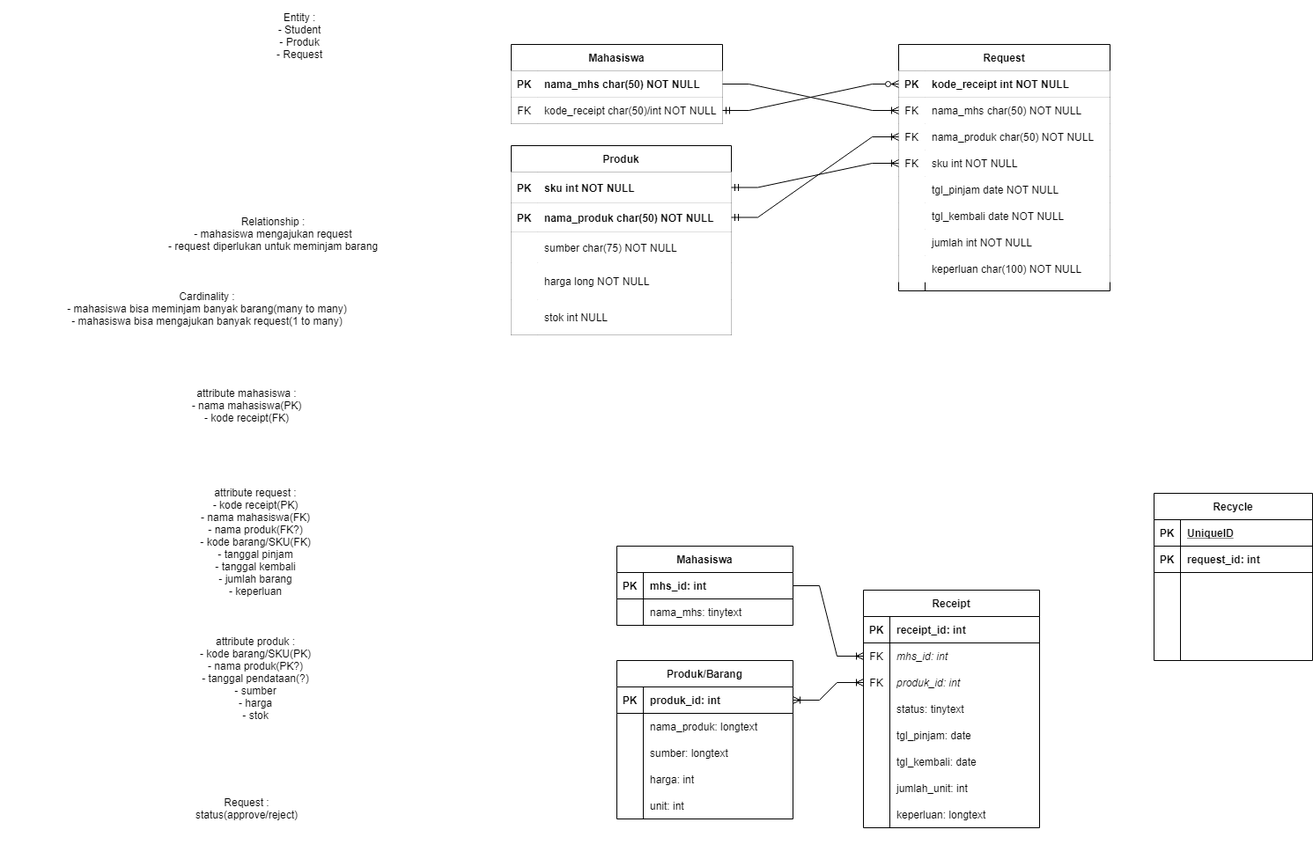
This is diagrams/ER diagram.drawio.png from johannfac/aplikasipeminjamanaset, a draw.io export, as it was before one commit. Source tidied: cells renumbered, new cells last; positions are measured from the earlier drawing's top-left corner, leaving out a move shared by most shapes.
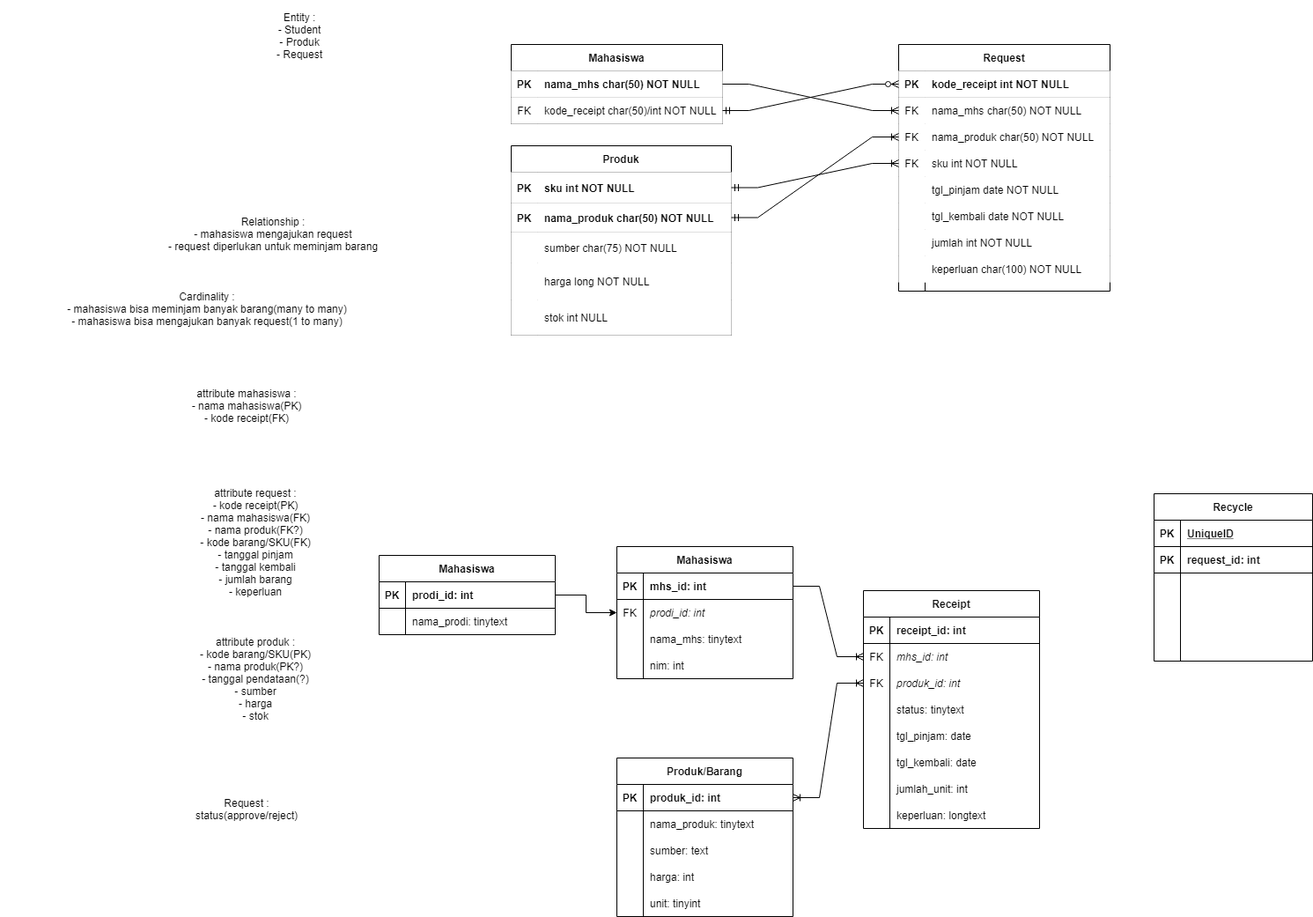
After the change.

Change to the diagram source:
```diff
@@ -177,7 +177,7 @@
       <mxGeometry relative="1" as="geometry" />
     </mxCell>
     <mxCell id="60" value="Mahasiswa" style="shape=table;startSize=30;rowLines=0;fontStyle=1;align=center;fontColor=default;strokeColor=default;fillColor=none;" parent="1" vertex="1">
-      <mxGeometry x="700" y="620" width="200" height="90" as="geometry" />
+      <mxGeometry x="700" y="620" width="200" height="150" as="geometry" />
     </mxCell>
     <mxCell id="61" style="shape=partialRectangle;fillColor=none;top=0;left=0;bottom=1;right=0;points=[[0,0.5],[1,0.5]];portConstraint=eastwest;fontColor=default;strokeColor=default;" parent="60" vertex="1">
       <mxGeometry y="30" width="200" height="30" as="geometry" />
@@ -188,8 +188,17 @@
     <mxCell id="63" value="mhs_id: int" style="shape=partialRectangle;fillColor=none;top=0;left=0;bottom=0;right=0;align=left;spacingLeft=6;fontStyle=1;overflow=hidden;fontColor=default;strokeColor=default;" parent="61" vertex="1">
       <mxGeometry x="30" width="170" height="30" as="geometry" />
     </mxCell>
+    <mxCell id="127" style="shape=partialRectangle;fillColor=none;top=0;left=0;bottom=0;right=0;points=[[0,0.5],[1,0.5]];portConstraint=eastwest;fontColor=default;strokeColor=default;" parent="60" vertex="1">
+      <mxGeometry y="60" width="200" height="30" as="geometry" />
+    </mxCell>
+    <mxCell id="128" value="FK" style="shape=partialRectangle;fillColor=none;top=0;left=0;bottom=0;right=0;overflow=hidden;fontColor=default;strokeColor=default;fontStyle=0;" parent="127" vertex="1">
+      <mxGeometry width="30" height="30" as="geometry" />
+    </mxCell>
+    <mxCell id="129" value="prodi_id: int" style="shape=partialRectangle;fillColor=none;top=0;left=0;bottom=0;right=0;align=left;spacingLeft=6;overflow=hidden;fontColor=default;strokeColor=default;fontStyle=2;" parent="127" vertex="1">
+      <mxGeometry x="30" width="170" height="30" as="geometry" />
+    </mxCell>
     <mxCell id="64" style="shape=partialRectangle;fillColor=none;top=0;left=0;bottom=0;right=0;fontColor=default;strokeColor=default;" parent="60" vertex="1">
-      <mxGeometry y="60" width="200" height="30" as="geometry" />
+      <mxGeometry y="90" width="200" height="30" as="geometry" />
     </mxCell>
     <mxCell id="65" style="shape=partialRectangle;fillColor=none;top=0;left=0;bottom=0;right=0;overflow=hidden;fontColor=default;strokeColor=default;" parent="64" vertex="1">
       <mxGeometry width="30" height="30" as="geometry" />
@@ -197,8 +206,17 @@
     <mxCell id="66" value="nama_mhs: tinytext" style="shape=partialRectangle;fillColor=none;top=0;left=0;bottom=0;right=0;align=left;spacingLeft=6;overflow=hidden;fontColor=default;strokeColor=default;" parent="64" vertex="1">
       <mxGeometry x="30" width="170" height="30" as="geometry" />
     </mxCell>
+    <mxCell id="130" style="shape=partialRectangle;fillColor=none;top=0;left=0;bottom=0;right=0;fontColor=default;strokeColor=default;" parent="60" vertex="1">
+      <mxGeometry y="120" width="200" height="30" as="geometry" />
+    </mxCell>
+    <mxCell id="131" style="shape=partialRectangle;fillColor=none;top=0;left=0;bottom=0;right=0;overflow=hidden;fontColor=default;strokeColor=default;" parent="130" vertex="1">
+      <mxGeometry width="30" height="30" as="geometry" />
+    </mxCell>
+    <mxCell id="132" value="nim: int" style="shape=partialRectangle;fillColor=none;top=0;left=0;bottom=0;right=0;align=left;spacingLeft=6;overflow=hidden;fontColor=default;strokeColor=default;" parent="130" vertex="1">
+      <mxGeometry x="30" width="170" height="30" as="geometry" />
+    </mxCell>
     <mxCell id="67" value="Produk/Barang" style="shape=table;startSize=30;rowLines=0;fontStyle=1;align=center;fontColor=default;strokeColor=default;fillColor=none;" parent="1" vertex="1">
-      <mxGeometry x="700" y="750" width="200" height="180" as="geometry" />
+      <mxGeometry x="700" y="860" width="200" height="180" as="geometry" />
     </mxCell>
     <mxCell id="68" style="shape=partialRectangle;fillColor=none;top=0;left=0;bottom=1;right=0;points=[[0,0.5],[1,0.5]];portConstraint=eastwest;fontColor=default;strokeColor=default;" parent="67" vertex="1">
       <mxGeometry y="30" width="200" height="30" as="geometry" />
@@ -215,7 +233,7 @@
     <mxCell id="72" style="shape=partialRectangle;fillColor=none;top=0;left=0;bottom=0;right=0;overflow=hidden;fontColor=default;strokeColor=default;" parent="71" vertex="1">
       <mxGeometry width="30" height="30" as="geometry" />
     </mxCell>
-    <mxCell id="73" value="nama_produk: longtext" style="shape=partialRectangle;fillColor=none;top=0;left=0;bottom=0;right=0;align=left;spacingLeft=6;overflow=hidden;fontColor=default;strokeColor=default;" parent="71" vertex="1">
+    <mxCell id="73" value="nama_produk: tinytext" style="shape=partialRectangle;fillColor=none;top=0;left=0;bottom=0;right=0;align=left;spacingLeft=6;overflow=hidden;fontColor=default;strokeColor=default;" parent="71" vertex="1">
       <mxGeometry x="30" width="170" height="30" as="geometry" />
     </mxCell>
     <mxCell id="74" style="shape=partialRectangle;fillColor=none;top=0;left=0;bottom=0;right=0;fontColor=default;strokeColor=default;" parent="67" vertex="1">
@@ -224,7 +242,7 @@
     <mxCell id="75" style="shape=partialRectangle;fillColor=none;top=0;left=0;bottom=0;right=0;overflow=hidden;fontColor=default;strokeColor=default;" parent="74" vertex="1">
       <mxGeometry width="30" height="30" as="geometry" />
     </mxCell>
-    <mxCell id="76" value="sumber: longtext" style="shape=partialRectangle;fillColor=none;top=0;left=0;bottom=0;right=0;align=left;spacingLeft=6;overflow=hidden;fontColor=default;strokeColor=default;" parent="74" vertex="1">
+    <mxCell id="76" value="sumber: text" style="shape=partialRectangle;fillColor=none;top=0;left=0;bottom=0;right=0;align=left;spacingLeft=6;overflow=hidden;fontColor=default;strokeColor=default;" parent="74" vertex="1">
       <mxGeometry x="30" width="170" height="30" as="geometry" />
     </mxCell>
     <mxCell id="77" style="shape=partialRectangle;fillColor=none;top=0;left=0;bottom=0;right=0;fontColor=default;strokeColor=default;" parent="67" vertex="1">
@@ -242,7 +260,7 @@
     <mxCell id="81" style="shape=partialRectangle;fillColor=none;top=0;left=0;bottom=0;right=0;overflow=hidden;fontColor=default;strokeColor=default;" parent="80" vertex="1">
       <mxGeometry width="30" height="30" as="geometry" />
     </mxCell>
-    <mxCell id="82" value="unit: int" style="shape=partialRectangle;fillColor=none;top=0;left=0;bottom=0;right=0;align=left;spacingLeft=6;overflow=hidden;fontColor=default;strokeColor=default;" parent="80" vertex="1">
+    <mxCell id="82" value="unit: tinyint" style="shape=partialRectangle;fillColor=none;top=0;left=0;bottom=0;right=0;align=left;spacingLeft=6;overflow=hidden;fontColor=default;strokeColor=default;" parent="80" vertex="1">
       <mxGeometry x="30" width="170" height="30" as="geometry" />
     </mxCell>
     <mxCell id="83" value="Receipt" style="shape=table;startSize=30;rowLines=0;fontStyle=1;align=center;fontColor=default;strokeColor=default;fillColor=none;" parent="1" vertex="1">
@@ -377,5 +395,29 @@
     <mxCell id="126" style="edgeStyle=entityRelationEdgeStyle;fontSize=12;html=1;endArrow=ERoneToMany;startArrow=ERoneToMany;rounded=0;labelBackgroundColor=default;fontColor=default;strokeColor=default;fillColor=default;exitX=0;exitY=0.5;exitDx=0;exitDy=0;entryX=1;entryY=0.5;entryDx=0;entryDy=0;" parent="1" edge="1" source="90" target="68">
       <mxGeometry relative="1" as="geometry" />
     </mxCell>
+    <mxCell id="133" value="Mahasiswa" style="shape=table;startSize=30;rowLines=0;fontStyle=1;align=center;fontColor=default;strokeColor=default;fillColor=none;" parent="1" vertex="1">
+      <mxGeometry x="430" y="630" width="200" height="90" as="geometry" />
+    </mxCell>
+    <mxCell id="134" style="shape=partialRectangle;fillColor=none;top=0;left=0;bottom=1;right=0;points=[[0,0.5],[1,0.5]];portConstraint=eastwest;fontColor=default;strokeColor=default;" parent="133" vertex="1">
+      <mxGeometry y="30" width="200" height="30" as="geometry" />
+    </mxCell>
+    <mxCell id="135" value="PK" style="shape=partialRectangle;fillColor=none;top=0;left=0;bottom=0;right=0;fontStyle=1;overflow=hidden;fontColor=default;strokeColor=default;" parent="134" vertex="1">
+      <mxGeometry width="30" height="30" as="geometry" />
+    </mxCell>
+    <mxCell id="136" value="prodi_id: int" style="shape=partialRectangle;fillColor=none;top=0;left=0;bottom=0;right=0;align=left;spacingLeft=6;fontStyle=1;overflow=hidden;fontColor=default;strokeColor=default;" parent="134" vertex="1">
+      <mxGeometry x="30" width="170" height="30" as="geometry" />
+    </mxCell>
+    <mxCell id="137" style="shape=partialRectangle;fillColor=none;top=0;left=0;bottom=0;right=0;fontColor=default;strokeColor=default;" parent="133" vertex="1">
+      <mxGeometry y="60" width="200" height="30" as="geometry" />
+    </mxCell>
+    <mxCell id="138" style="shape=partialRectangle;fillColor=none;top=0;left=0;bottom=0;right=0;overflow=hidden;fontColor=default;strokeColor=default;" parent="137" vertex="1">
+      <mxGeometry width="30" height="30" as="geometry" />
+    </mxCell>
+    <mxCell id="139" value="nama_prodi: tinytext" style="shape=partialRectangle;fillColor=none;top=0;left=0;bottom=0;right=0;align=left;spacingLeft=6;overflow=hidden;fontColor=default;strokeColor=default;" parent="137" vertex="1">
+      <mxGeometry x="30" width="170" height="30" as="geometry" />
+    </mxCell>
+    <mxCell id="140" style="edgeStyle=orthogonalEdgeStyle;rounded=0;jettySize=auto;html=1;exitX=1;exitY=0.5;exitDx=0;exitDy=0;entryX=0;entryY=0.5;entryDx=0;entryDy=0;" parent="1" edge="1" source="134" target="127">
+      <mxGeometry relative="1" as="geometry" />
+    </mxCell>
   </root>
 </mxGraphModel>
```
